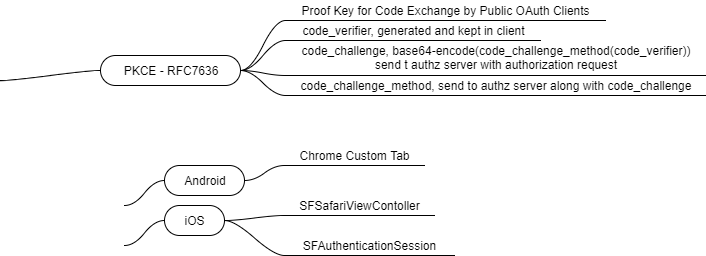
This is oauth/images/oauth2-mobile-app.png from kevin-wang-cy/ibala, a draw.io export, as it was before one commit. Source tidied: cells renumbered, new cells last; positions are measured from the earlier drawing's top-left corner, leaving out a move shared by most shapes.
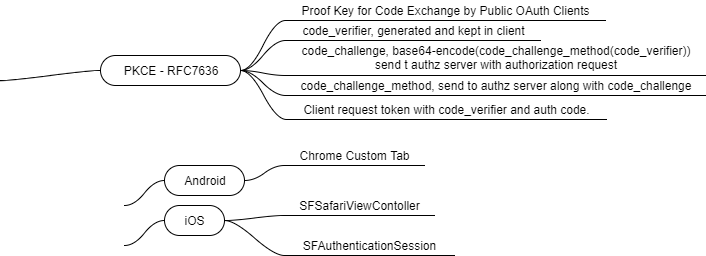
Later version of the same file.

Diff of the diagram source:
```diff
@@ -68,5 +68,11 @@
     <mxCell id="21" style="edgeStyle=entityRelationEdgeStyle;startArrow=none;endArrow=none;segment=10;curved=1;exitX=1;exitY=0.5;" parent="1" edge="1" source="14" target="20">
       <mxGeometry relative="1" as="geometry" />
     </mxCell>
+    <mxCell id="22" value="Client request token with code_verifier and auth code." style="whiteSpace=wrap;html=1;shape=partialRectangle;top=0;left=0;bottom=1;right=0;points=[[0,1],[1,1]];strokeColor=#000000;fillColor=none;align=center;verticalAlign=bottom;routingCenterY=0.5;snapToPoint=1;" parent="1" vertex="1">
+      <mxGeometry x="286" y="99" width="320" height="20" as="geometry" />
+    </mxCell>
+    <mxCell id="23" style="edgeStyle=entityRelationEdgeStyle;startArrow=none;endArrow=none;segment=10;curved=1;exitX=1;exitY=0.5;" parent="1" edge="1" source="14" target="22">
+      <mxGeometry relative="1" as="geometry" />
+    </mxCell>
   </root>
 </mxGraphModel>
```
